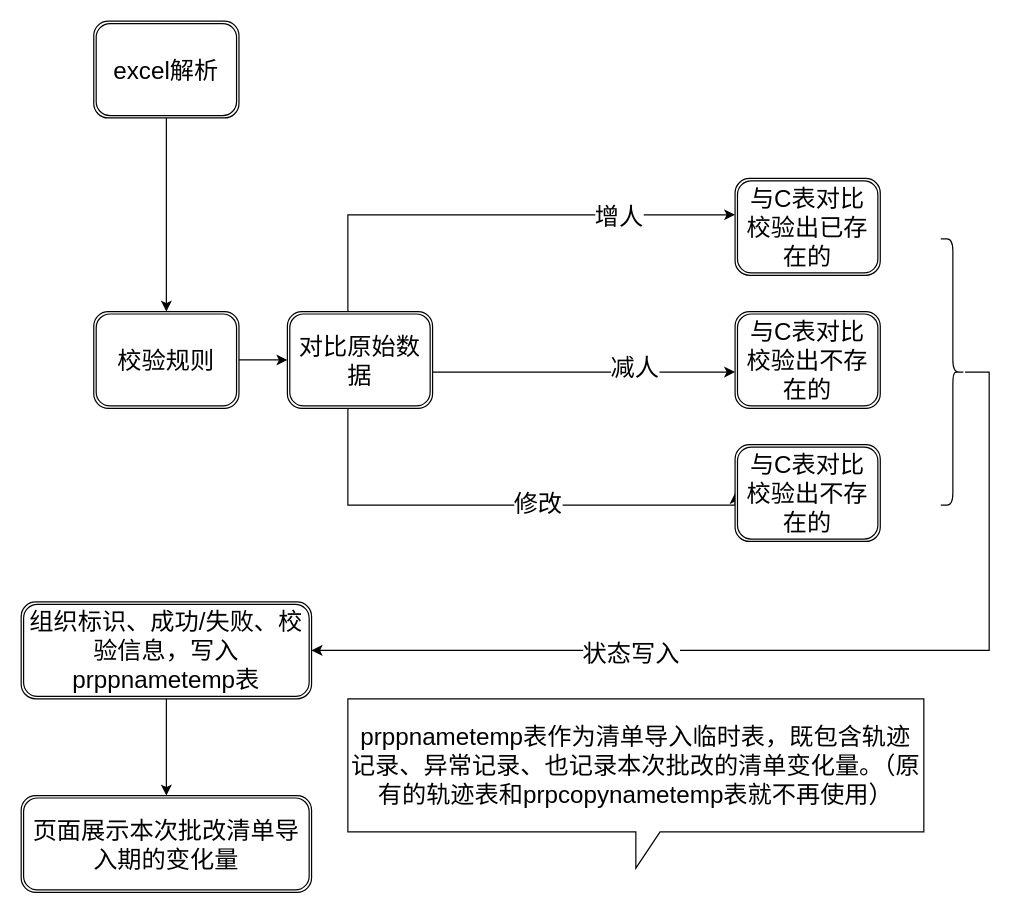
This is page "第 3 页" (3 of 3) of 1701清单上传流程图.drawio from java-zengguang/images, a draw.io file, before an edit. Source tidied: cells renumbered, new cells numbered last; positions are measured from the earlier drawing's top-left corner, leaving out a move shared by most shapes. Both pictures are drawn from the tidied source at 121%, with x=0, y=0 at pixel (21, 21).
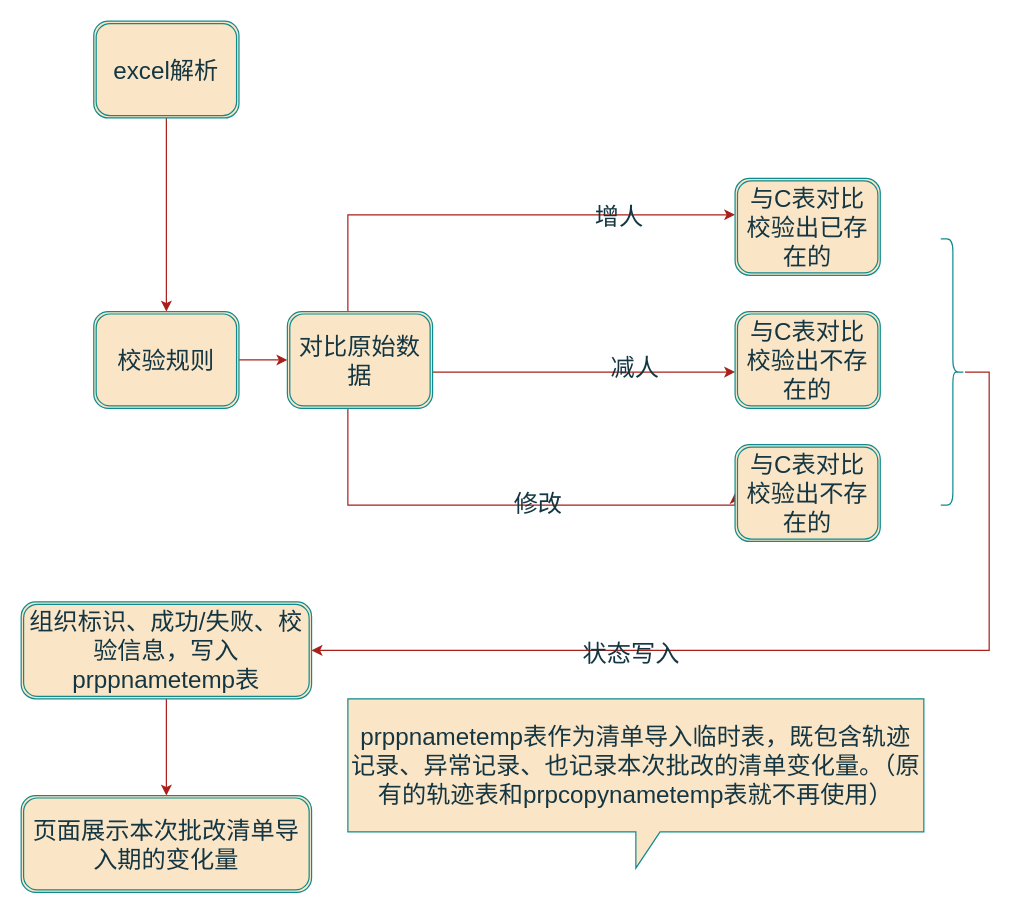
Above is the later version.

Diff of the diagram source:
```diff
@@
-    <mxCell id="2" style="edgeStyle=orthogonalEdgeStyle;rounded=0;jettySize=auto;html=1;" parent="1" edge="1" source="3" target="5">
+    <mxCell id="2" style="edgeStyle=orthogonalEdgeStyle;rounded=0;jettySize=auto;html=1;labelBackgroundColor=none;strokeColor=#A8201A;fontColor=default;" parent="1" edge="1" source="3" target="5">
       <mxGeometry relative="1" as="geometry" />
     </mxCell>
-    <mxCell id="3" value="&lt;font style=&quot;font-size: 20px;&quot;&gt;excel解析&lt;/font&gt;" style="shape=ext;double=1;rounded=1;whiteSpace=wrap;html=1;" parent="1" vertex="1">
+    <mxCell id="3" value="&lt;font style=&quot;font-size: 20px;&quot;&gt;excel解析&lt;/font&gt;" style="shape=ext;double=1;rounded=1;whiteSpace=wrap;html=1;labelBackgroundColor=none;fillColor=#FAE5C7;strokeColor=#0F8B8D;fontColor=#143642;" parent="1" vertex="1">
       <mxGeometry x="60" width="120" height="80" as="geometry" />
     </mxCell>
-    <mxCell id="4" style="edgeStyle=orthogonalEdgeStyle;rounded=0;jettySize=auto;html=1;" parent="1" edge="1" source="5" target="12">
+    <mxCell id="4" style="edgeStyle=orthogonalEdgeStyle;rounded=0;jettySize=auto;html=1;labelBackgroundColor=none;strokeColor=#A8201A;fontColor=default;" parent="1" edge="1" source="5" target="12">
       <mxGeometry relative="1" as="geometry" />
     </mxCell>
-    <mxCell id="5" value="&lt;span style=&quot;font-size: 20px;&quot;&gt;校验规则&lt;/span&gt;" style="shape=ext;double=1;rounded=1;whiteSpace=wrap;html=1;" parent="1" vertex="1">
+    <mxCell id="5" value="&lt;span style=&quot;font-size: 20px;&quot;&gt;校验规则&lt;/span&gt;" style="shape=ext;double=1;rounded=1;whiteSpace=wrap;html=1;labelBackgroundColor=none;fillColor=#FAE5C7;strokeColor=#0F8B8D;fontColor=#143642;" parent="1" vertex="1">
       <mxGeometry x="60" y="240" width="120" height="80" as="geometry" />
     </mxCell>
-    <mxCell id="6" style="edgeStyle=orthogonalEdgeStyle;rounded=0;jettySize=auto;html=1;exitX=1;exitY=0.5;exitDx=0;exitDy=0;" parent="1" edge="1" source="12" target="13">
+    <mxCell id="6" style="edgeStyle=orthogonalEdgeStyle;rounded=0;jettySize=auto;html=1;exitX=1;exitY=0.5;exitDx=0;exitDy=0;labelBackgroundColor=none;strokeColor=#A8201A;fontColor=default;" parent="1" edge="1" source="12" target="13">
       <mxGeometry relative="1" as="geometry">
         <Array as="points">
           <mxPoint x="270" y="280" />
           <mxPoint x="270" y="160" />
         </Array>
       </mxGeometry>
     </mxCell>
-    <mxCell id="7" value="&lt;font style=&quot;font-size: 20px;&quot;&gt;增人&lt;/font&gt;" style="edgeLabel;html=1;align=center;verticalAlign=middle;" parent="6" vertex="1">
+    <mxCell id="7" value="&lt;font style=&quot;font-size: 20px;&quot;&gt;增人&lt;/font&gt;" style="edgeLabel;html=1;align=center;verticalAlign=middle;labelBackgroundColor=none;fontColor=#143642;" parent="6" vertex="1">
       <mxGeometry x="0.62" relative="1" as="geometry" />
     </mxCell>
-    <mxCell id="8" style="edgeStyle=orthogonalEdgeStyle;rounded=0;jettySize=auto;html=1;exitX=0.7;exitY=1.025;exitDx=0;exitDy=0;exitPerimeter=0;entryX=0;entryY=0.5;entryDx=0;entryDy=0;" parent="1" edge="1" target="15">
+    <mxCell id="8" style="edgeStyle=orthogonalEdgeStyle;rounded=0;jettySize=auto;html=1;exitX=0.7;exitY=1.025;exitDx=0;exitDy=0;exitPerimeter=0;entryX=0;entryY=0.5;entryDx=0;entryDy=0;labelBackgroundColor=none;strokeColor=#A8201A;fontColor=default;" parent="1" edge="1" target="15">
       <mxGeometry relative="1" as="geometry">
         <mxPoint x="270" y="315" as="sourcePoint" />
         <Array as="points">
           <mxPoint x="270" y="400" />
         </Array>
       </mxGeometry>
     </mxCell>
-    <mxCell id="9" value="&lt;font style=&quot;font-size: 20px;&quot;&gt;修改&lt;/font&gt;" style="edgeLabel;html=1;align=center;verticalAlign=middle;" parent="8" vertex="1">
+    <mxCell id="9" value="&lt;font style=&quot;font-size: 20px;&quot;&gt;修改&lt;/font&gt;" style="edgeLabel;html=1;align=center;verticalAlign=middle;labelBackgroundColor=none;fontColor=#143642;" parent="8" vertex="1">
       <mxGeometry x="0.65" y="1" relative="1" as="geometry">
         <mxPoint x="-101" y="-2" as="offset" />
       </mxGeometry>
     </mxCell>
-    <mxCell id="10" style="edgeStyle=orthogonalEdgeStyle;rounded=0;jettySize=auto;html=1;exitX=1;exitY=0.5;exitDx=0;exitDy=0;" parent="1" edge="1" target="14">
+    <mxCell id="10" style="edgeStyle=orthogonalEdgeStyle;rounded=0;jettySize=auto;html=1;exitX=1;exitY=0.5;exitDx=0;exitDy=0;labelBackgroundColor=none;strokeColor=#A8201A;fontColor=default;" parent="1" edge="1" target="14">
       <mxGeometry relative="1" as="geometry">
         <mxPoint x="310" y="290" as="sourcePoint" />
         <Array as="points">
           <mxPoint x="570" y="290" />
           <mxPoint x="570" y="290" />
         </Array>
       </mxGeometry>
     </mxCell>
-    <mxCell id="11" value="&lt;font style=&quot;font-size: 20px;&quot;&gt;减人&lt;/font&gt;" style="edgeLabel;html=1;align=center;verticalAlign=middle;" parent="10" vertex="1">
+    <mxCell id="11" value="&lt;font style=&quot;font-size: 20px;&quot;&gt;减人&lt;/font&gt;" style="edgeLabel;html=1;align=center;verticalAlign=middle;labelBackgroundColor=none;fontColor=#143642;" parent="10" vertex="1">
       <mxGeometry x="0.65" relative="1" as="geometry">
         <mxPoint x="-35" y="-5" as="offset" />
       </mxGeometry>
     </mxCell>
-    <mxCell id="12" value="&lt;span style=&quot;font-size: 20px;&quot;&gt;对比原始数据&lt;/span&gt;" style="shape=ext;double=1;rounded=1;whiteSpace=wrap;html=1;" parent="1" vertex="1">
+    <mxCell id="12" value="&lt;span style=&quot;font-size: 20px;&quot;&gt;对比原始数据&lt;/span&gt;" style="shape=ext;double=1;rounded=1;whiteSpace=wrap;html=1;labelBackgroundColor=none;fillColor=#FAE5C7;strokeColor=#0F8B8D;fontColor=#143642;" parent="1" vertex="1">
       <mxGeometry x="220" y="240" width="120" height="80" as="geometry" />
     </mxCell>
-    <mxCell id="13" value="&lt;span style=&quot;font-size: 20px;&quot;&gt;与C表对比校验出已存在的&lt;/span&gt;" style="shape=ext;double=1;rounded=1;whiteSpace=wrap;html=1;" parent="1" vertex="1">
+    <mxCell id="13" value="&lt;span style=&quot;font-size: 20px;&quot;&gt;与C表对比校验出已存在的&lt;/span&gt;" style="shape=ext;double=1;rounded=1;whiteSpace=wrap;html=1;labelBackgroundColor=none;fillColor=#FAE5C7;strokeColor=#0F8B8D;fontColor=#143642;" parent="1" vertex="1">
       <mxGeometry x="590" y="130" width="120" height="80" as="geometry" />
     </mxCell>
-    <mxCell id="14" value="&lt;span style=&quot;font-size: 20px;&quot;&gt;与C表对比校验出不存在的&lt;/span&gt;" style="shape=ext;double=1;rounded=1;whiteSpace=wrap;html=1;" parent="1" vertex="1">
+    <mxCell id="14" value="&lt;span style=&quot;font-size: 20px;&quot;&gt;与C表对比校验出不存在的&lt;/span&gt;" style="shape=ext;double=1;rounded=1;whiteSpace=wrap;html=1;labelBackgroundColor=none;fillColor=#FAE5C7;strokeColor=#0F8B8D;fontColor=#143642;" parent="1" vertex="1">
       <mxGeometry x="590" y="240" width="120" height="80" as="geometry" />
     </mxCell>
-    <mxCell id="15" value="&lt;span style=&quot;font-size: 20px;&quot;&gt;与C表对比校验出不存在的&lt;/span&gt;" style="shape=ext;double=1;rounded=1;whiteSpace=wrap;html=1;" parent="1" vertex="1">
+    <mxCell id="15" value="&lt;span style=&quot;font-size: 20px;&quot;&gt;与C表对比校验出不存在的&lt;/span&gt;" style="shape=ext;double=1;rounded=1;whiteSpace=wrap;html=1;labelBackgroundColor=none;fillColor=#FAE5C7;strokeColor=#0F8B8D;fontColor=#143642;" parent="1" vertex="1">
       <mxGeometry x="590" y="350" width="120" height="80" as="geometry" />
     </mxCell>
-    <mxCell id="16" style="edgeStyle=orthogonalEdgeStyle;rounded=0;jettySize=auto;html=1;" parent="1" edge="1" source="18" target="20">
+    <mxCell id="16" style="edgeStyle=orthogonalEdgeStyle;rounded=0;jettySize=auto;html=1;labelBackgroundColor=none;strokeColor=#A8201A;fontColor=default;" parent="1" edge="1" source="18" target="20">
       <mxGeometry relative="1" as="geometry">
         <Array as="points">
           <mxPoint x="800" y="290" />
           <mxPoint x="800" y="520" />
         </Array>
       </mxGeometry>
     </mxCell>
-    <mxCell id="17" value="&lt;font style=&quot;font-size: 20px;&quot;&gt;状态写入&lt;/font&gt;" style="edgeLabel;html=1;align=center;verticalAlign=middle;" parent="16" vertex="1">
+    <mxCell id="17" value="&lt;font style=&quot;font-size: 20px;&quot;&gt;状态写入&lt;/font&gt;" style="edgeLabel;html=1;align=center;verticalAlign=middle;labelBackgroundColor=none;fontColor=#143642;" parent="16" vertex="1">
       <mxGeometry x="0.35" y="1" relative="1" as="geometry" />
     </mxCell>
-    <mxCell id="18" style="shape=curlyBracket;whiteSpace=wrap;html=1;rounded=1;flipH=1;labelPosition=right;verticalLabelPosition=middle;align=left;verticalAlign=middle;" parent="1" vertex="1">
+    <mxCell id="18" style="shape=curlyBracket;whiteSpace=wrap;html=1;rounded=1;flipH=1;labelPosition=right;verticalLabelPosition=middle;align=left;verticalAlign=middle;labelBackgroundColor=none;fillColor=#FAE5C7;strokeColor=#0F8B8D;fontColor=#143642;" parent="1" vertex="1">
       <mxGeometry x="760" y="180" width="20" height="220" as="geometry" />
     </mxCell>
-    <mxCell id="19" style="edgeStyle=orthogonalEdgeStyle;rounded=0;jettySize=auto;html=1;" parent="1" edge="1" source="20" target="21">
+    <mxCell id="19" style="edgeStyle=orthogonalEdgeStyle;rounded=0;jettySize=auto;html=1;labelBackgroundColor=none;strokeColor=#A8201A;fontColor=default;" parent="1" edge="1" source="20" target="21">
       <mxGeometry relative="1" as="geometry" />
     </mxCell>
-    <mxCell id="20" value="&lt;font style=&quot;font-size: 20px;&quot;&gt;组织标识、成功/失败、校验信息，写入prppnametemp表&lt;/font&gt;" style="shape=ext;double=1;rounded=1;whiteSpace=wrap;html=1;" parent="1" vertex="1">
+    <mxCell id="20" value="&lt;font style=&quot;font-size: 20px;&quot;&gt;组织标识、成功/失败、校验信息，写入prppnametemp表&lt;/font&gt;" style="shape=ext;double=1;rounded=1;whiteSpace=wrap;html=1;labelBackgroundColor=none;fillColor=#FAE5C7;strokeColor=#0F8B8D;fontColor=#143642;" parent="1" vertex="1">
       <mxGeometry y="480" width="240" height="80" as="geometry" />
     </mxCell>
-    <mxCell id="21" value="&lt;span style=&quot;font-size: 20px;&quot;&gt;页面展示本次批改清单导入期的变化量&lt;/span&gt;" style="shape=ext;double=1;rounded=1;whiteSpace=wrap;html=1;" parent="1" vertex="1">
+    <mxCell id="21" value="&lt;span style=&quot;font-size: 20px;&quot;&gt;页面展示本次批改清单导入期的变化量&lt;/span&gt;" style="shape=ext;double=1;rounded=1;whiteSpace=wrap;html=1;labelBackgroundColor=none;fillColor=#FAE5C7;strokeColor=#0F8B8D;fontColor=#143642;" parent="1" vertex="1">
       <mxGeometry y="640" width="240" height="80" as="geometry" />
     </mxCell>
-    <mxCell id="22" value="&lt;font style=&quot;font-size: 20px;&quot;&gt;prppnametemp表作为清单导入临时表，既包含轨迹记录、异常记录、也记录本次批改的清单变化量。（原有的轨迹表和prpcopynametemp表就不再使用）&lt;/font&gt;" style="shape=callout;whiteSpace=wrap;html=1;perimeter=calloutPerimeter;" parent="1" vertex="1">
+    <mxCell id="22" value="&lt;font style=&quot;font-size: 20px;&quot;&gt;prppnametemp表作为清单导入临时表，既包含轨迹记录、异常记录、也记录本次批改的清单变化量。（原有的轨迹表和prpcopynametemp表就不再使用）&lt;/font&gt;" style="shape=callout;whiteSpace=wrap;html=1;perimeter=calloutPerimeter;labelBackgroundColor=none;fillColor=#FAE5C7;strokeColor=#0F8B8D;fontColor=#143642;" parent="1" vertex="1">
       <mxGeometry x="270" y="560" width="476" height="140" as="geometry" />
     </mxCell>
```
